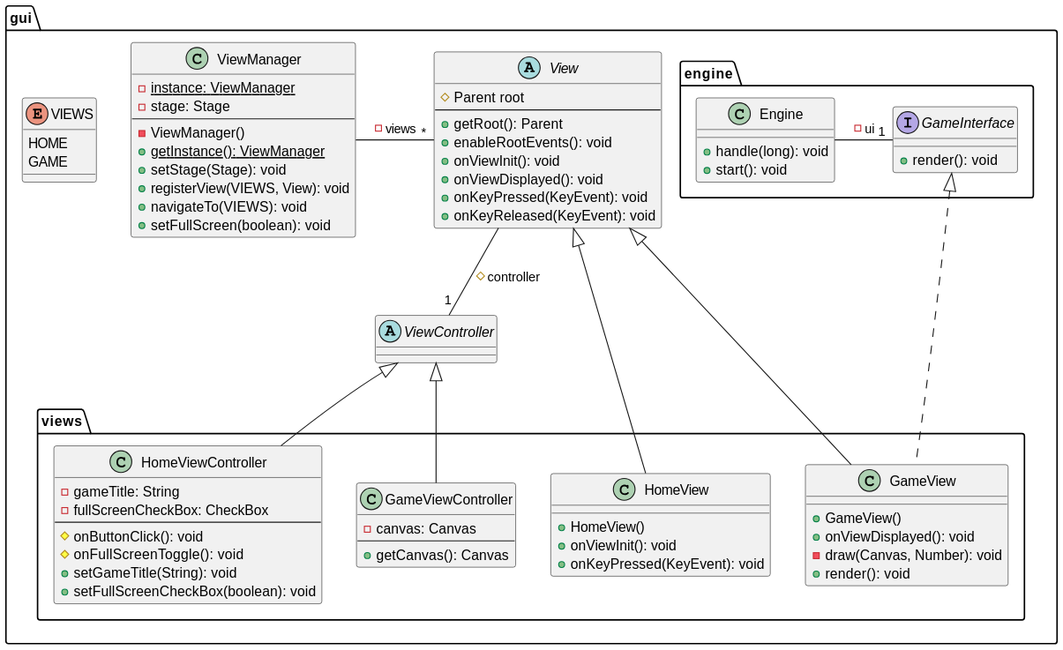
victord54/escape keeps this PlantUML diagram as docs/uml/class-gui.svg. Above is the earlier version.
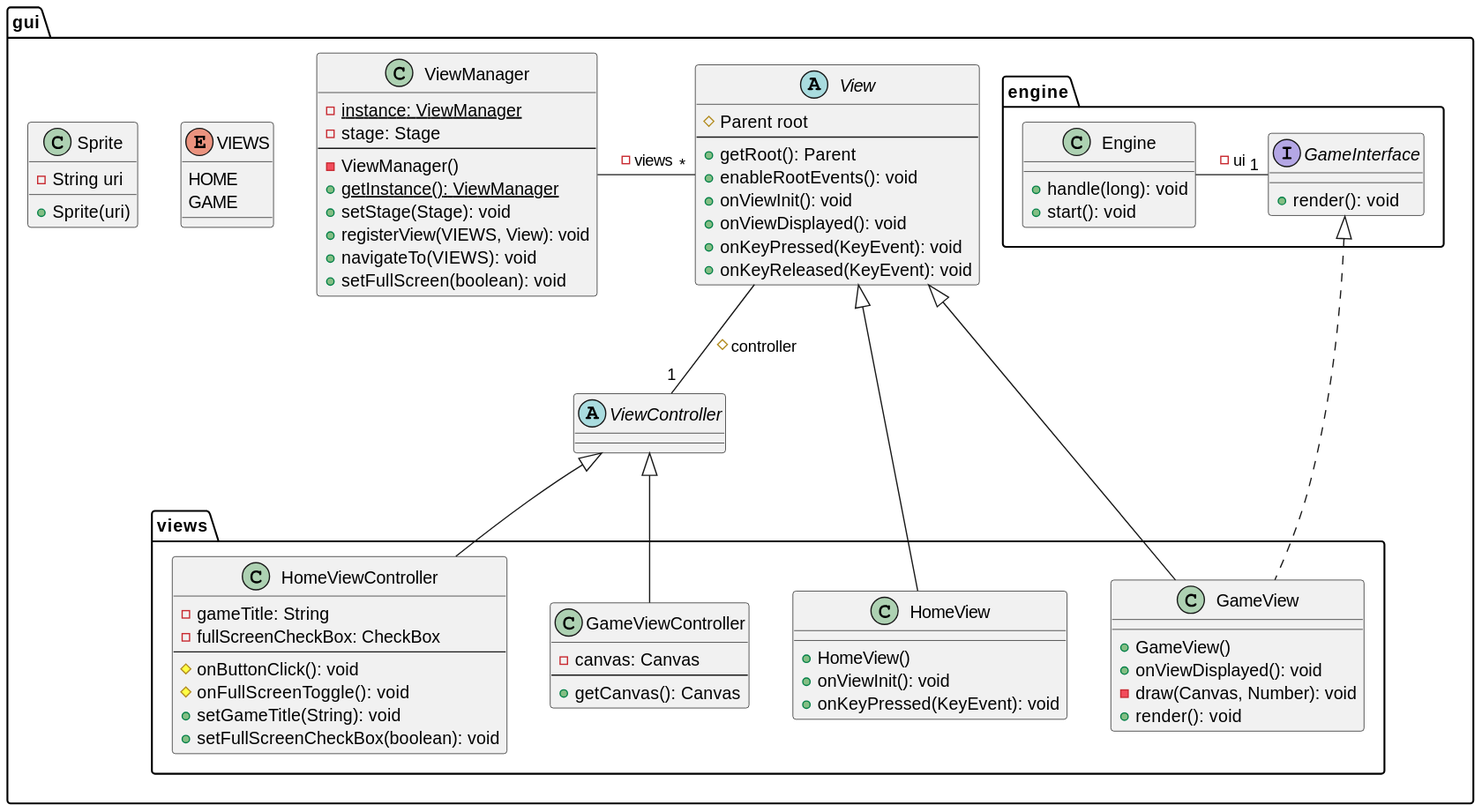
The same file after the commit.

Commit message:
upadte uml svg + link sprint 1 in readme

The edit, as a diff of the source:
```diff
@@ -61,6 +61,11 @@
         }
     }
 
+    class Sprite {
+        - String uri
+        + Sprite(uri)
+    }
+
     package engine {
         class Engine {
             + handle(long): void
```
